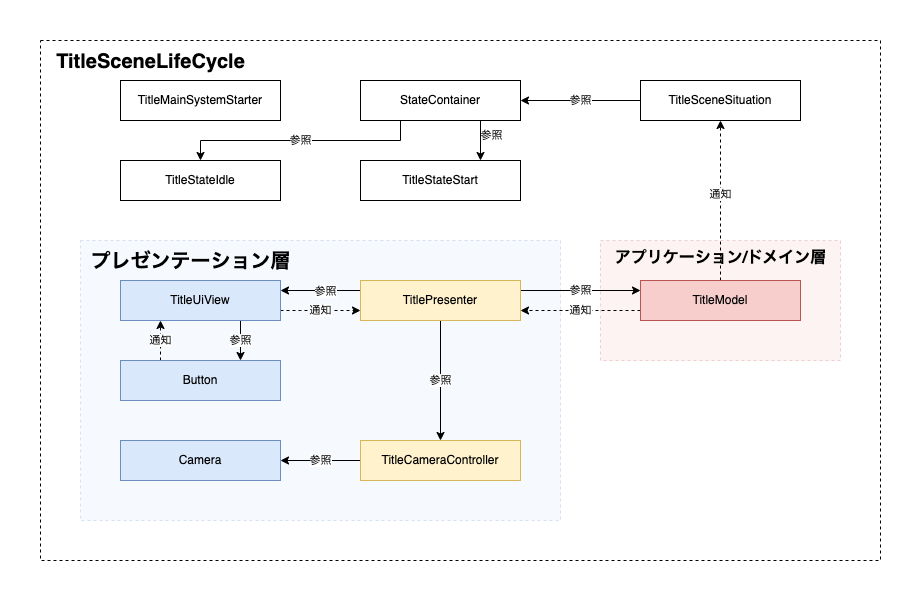
The draw.io diagram Image/dokkan-tank-Title.png in ducchy/dokkan-tank, before a commit. Source tidied: cells renumbered, new cells last; positions are measured from the earlier drawing's top-left corner, leaving out a move shared by most shapes.
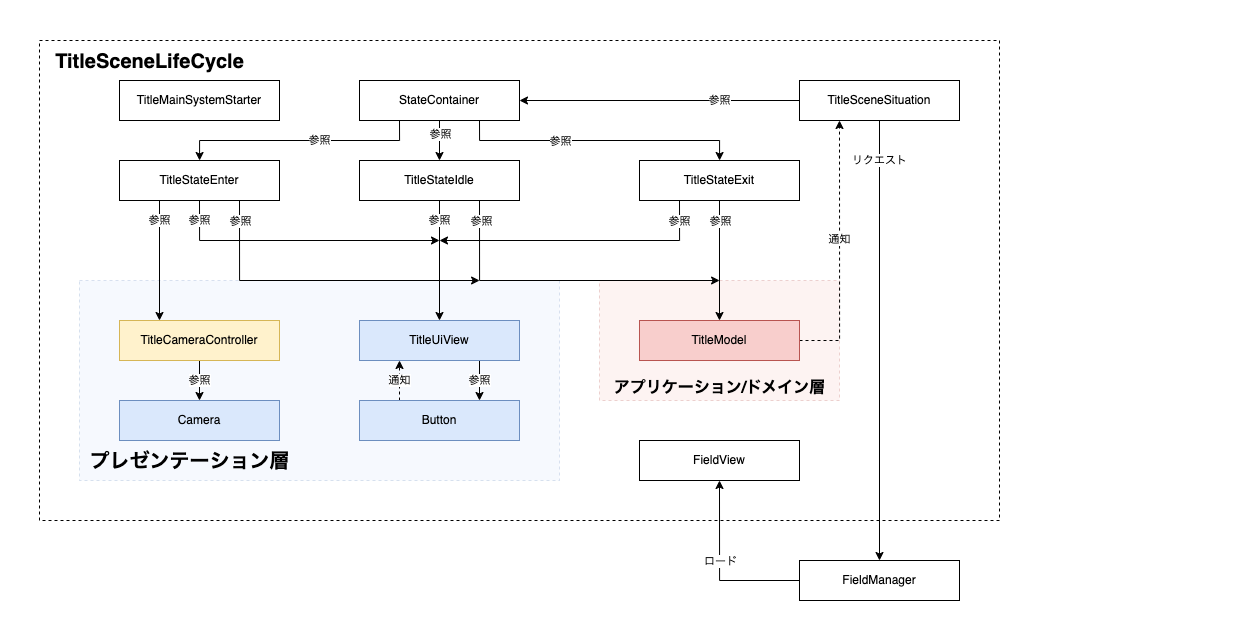
The same diagram one commit later.

Diff of the diagram source:
```diff
@@ -3,107 +3,170 @@
     <mxCell id="0" />
     <mxCell id="1" parent="0" />
     <mxCell id="2" style="rounded=0;whiteSpace=wrap;html=1;fillColor=none;dashed=1;" parent="1" vertex="1">
-      <mxGeometry width="840" height="520" as="geometry" />
+      <mxGeometry width="960" height="480" as="geometry" />
     </mxCell>
     <mxCell id="3" style="rounded=0;whiteSpace=wrap;html=1;dashed=1;strokeColor=#6c8ebf;fillColor=#dae8fc;opacity=25;" parent="1" vertex="1">
-      <mxGeometry x="40" y="200" width="480" height="280" as="geometry" />
+      <mxGeometry x="40" y="240" width="480" height="200" as="geometry" />
     </mxCell>
     <mxCell id="4" style="rounded=0;whiteSpace=wrap;html=1;dashed=1;strokeColor=#b85450;fillColor=#f8cecc;opacity=25;" parent="1" vertex="1">
-      <mxGeometry x="560" y="200" width="240" height="120" as="geometry" />
+      <mxGeometry x="560" y="240" width="240" height="120" as="geometry" />
     </mxCell>
     <mxCell id="5" value="参照" style="edgeStyle=orthogonalEdgeStyle;rounded=0;jettySize=auto;html=1;" parent="1" edge="1" source="6" target="10">
-      <mxGeometry relative="1" as="geometry" />
+      <mxGeometry x="-0.43" relative="1" as="geometry" />
     </mxCell>
+    <mxCell id="34" value="リクエスト" style="edgeStyle=orthogonalEdgeStyle;rounded=0;jettySize=auto;html=1;exitX=0.5;exitY=1;exitDx=0;exitDy=0;entryX=0.5;entryY=0;entryDx=0;entryDy=0;" parent="1" edge="1" source="6" target="51">
+      <mxGeometry x="-0.82" relative="1" as="geometry" />
+    </mxCell>
     <mxCell id="6" value="TitleSceneSituation" style="rounded=0;whiteSpace=wrap;html=1;" parent="1" vertex="1">
-      <mxGeometry x="600" y="40" width="160" height="40" as="geometry" />
+      <mxGeometry x="760" y="40" width="160" height="40" as="geometry" />
     </mxCell>
     <mxCell id="7" value="参照" style="edgeStyle=orthogonalEdgeStyle;rounded=0;jettySize=auto;html=1;exitX=0.25;exitY=1;exitDx=0;exitDy=0;" parent="1" edge="1" source="10" target="28">
-      <mxGeometry relative="1" as="geometry" />
+      <mxGeometry x="-0.17" relative="1" as="geometry" />
     </mxCell>
-    <mxCell id="8" style="edgeStyle=orthogonalEdgeStyle;rounded=0;jettySize=auto;html=1;exitX=0.75;exitY=1;exitDx=0;exitDy=0;entryX=0.75;entryY=0;entryDx=0;entryDy=0;" parent="1" edge="1" source="10" target="29">
+    <mxCell id="8" style="edgeStyle=orthogonalEdgeStyle;rounded=0;jettySize=auto;html=1;exitX=0.5;exitY=1;exitDx=0;exitDy=0;entryX=0.5;entryY=0;entryDx=0;entryDy=0;" parent="1" edge="1" source="10" target="29">
       <mxGeometry relative="1" as="geometry" />
     </mxCell>
     <mxCell id="9" value="参照" style="edgeLabel;html=1;align=center;verticalAlign=middle;" parent="8" vertex="1">
       <mxGeometry x="-0.12" y="-4" relative="1" as="geometry">
-        <mxPoint x="14" y="-4" as="offset" />
+        <mxPoint x="4" y="-4" as="offset" />
       </mxGeometry>
     </mxCell>
+    <mxCell id="35" style="edgeStyle=orthogonalEdgeStyle;rounded=0;jettySize=auto;html=1;exitX=0.75;exitY=1;exitDx=0;exitDy=0;" parent="1" edge="1" source="10" target="48">
+      <mxGeometry relative="1" as="geometry" />
+    </mxCell>
+    <mxCell id="36" value="参照" style="edgeLabel;html=1;align=center;verticalAlign=middle;" parent="35" vertex="1">
+      <mxGeometry x="-0.19" relative="1" as="geometry">
+        <mxPoint x="-14" as="offset" />
+      </mxGeometry>
+    </mxCell>
     <mxCell id="10" value="StateContainer" style="rounded=0;whiteSpace=wrap;html=1;" parent="1" vertex="1">
       <mxGeometry x="320" y="40" width="160" height="40" as="geometry" />
     </mxCell>
-    <mxCell id="11" style="edgeStyle=orthogonalEdgeStyle;rounded=0;jettySize=auto;html=1;entryX=1;entryY=0.25;entryDx=0;entryDy=0;exitX=0;exitY=0.25;exitDx=0;exitDy=0;" parent="1" edge="1" source="15" target="22">
-      <mxGeometry relative="1" as="geometry" />
-    </mxCell>
-    <mxCell id="12" value="参照" style="edgeLabel;html=1;align=center;verticalAlign=middle;" parent="11" vertex="1">
-      <mxGeometry x="-0.1" relative="1" as="geometry" />
-    </mxCell>
-    <mxCell id="13" value="参照" style="edgeStyle=orthogonalEdgeStyle;rounded=0;jettySize=auto;html=1;exitX=1;exitY=0.25;exitDx=0;exitDy=0;entryX=0;entryY=0.25;entryDx=0;entryDy=0;" parent="1" edge="1" source="15" target="19">
-      <mxGeometry relative="1" as="geometry" />
-    </mxCell>
-    <mxCell id="14" value="参照" style="edgeStyle=orthogonalEdgeStyle;rounded=0;jettySize=auto;html=1;exitX=0.5;exitY=1;exitDx=0;exitDy=0;entryX=0.5;entryY=0;entryDx=0;entryDy=0;" parent="1" edge="1" source="15" target="24">
-      <mxGeometry relative="1" as="geometry" />
-    </mxCell>
-    <mxCell id="15" value="TitlePresenter" style="rounded=0;whiteSpace=wrap;html=1;fillColor=#fff2cc;strokeColor=#d6b656;" parent="1" vertex="1">
-      <mxGeometry x="320" y="240" width="160" height="40" as="geometry" />
-    </mxCell>
-    <mxCell id="16" style="edgeStyle=orthogonalEdgeStyle;rounded=0;jettySize=auto;html=1;entryX=0.5;entryY=1;entryDx=0;entryDy=0;exitX=0.5;exitY=0;exitDx=0;exitDy=0;dashed=1;" parent="1" edge="1" source="19" target="6">
+    <mxCell id="16" style="edgeStyle=orthogonalEdgeStyle;rounded=0;jettySize=auto;html=1;entryX=0.25;entryY=1;entryDx=0;entryDy=0;exitX=1;exitY=0.5;exitDx=0;exitDy=0;dashed=1;" parent="1" edge="1" source="19" target="6">
       <mxGeometry relative="1" as="geometry" />
     </mxCell>
     <mxCell id="17" value="通知" style="edgeLabel;html=1;align=center;verticalAlign=middle;" parent="16" vertex="1">
       <mxGeometry x="0.09" y="1" relative="1" as="geometry" />
     </mxCell>
-    <mxCell id="18" value="通知" style="edgeStyle=orthogonalEdgeStyle;rounded=0;jettySize=auto;html=1;exitX=0;exitY=0.75;exitDx=0;exitDy=0;entryX=1;entryY=0.75;entryDx=0;entryDy=0;dashed=1;" parent="1" edge="1" source="19" target="15">
-      <mxGeometry relative="1" as="geometry" />
-    </mxCell>
     <mxCell id="19" value="TitleModel" style="rounded=0;whiteSpace=wrap;html=1;fillColor=#f8cecc;strokeColor=#b85450;" parent="1" vertex="1">
-      <mxGeometry x="600" y="240" width="160" height="40" as="geometry" />
+      <mxGeometry x="600" y="280" width="160" height="40" as="geometry" />
     </mxCell>
-    <mxCell id="20" value="通知" style="edgeStyle=orthogonalEdgeStyle;rounded=0;jettySize=auto;html=1;exitX=1;exitY=0.75;exitDx=0;exitDy=0;entryX=0;entryY=0.75;entryDx=0;entryDy=0;dashed=1;" parent="1" edge="1" source="22" target="15">
-      <mxGeometry relative="1" as="geometry">
-        <Array as="points">
-          <mxPoint x="260" y="270" />
-          <mxPoint x="260" y="270" />
-        </Array>
-      </mxGeometry>
-    </mxCell>
     <mxCell id="21" value="参照" style="edgeStyle=orthogonalEdgeStyle;rounded=0;jettySize=auto;html=1;exitX=0.75;exitY=1;exitDx=0;exitDy=0;entryX=0.75;entryY=0;entryDx=0;entryDy=0;" parent="1" edge="1" source="22" target="27">
       <mxGeometry relative="1" as="geometry" />
     </mxCell>
     <mxCell id="22" value="TitleUiView" style="rounded=0;whiteSpace=wrap;html=1;fillColor=#dae8fc;strokeColor=#6c8ebf;" parent="1" vertex="1">
-      <mxGeometry x="80" y="240" width="160" height="40" as="geometry" />
+      <mxGeometry x="320" y="280" width="160" height="40" as="geometry" />
     </mxCell>
-    <mxCell id="23" value="参照" style="edgeStyle=orthogonalEdgeStyle;rounded=0;jettySize=auto;html=1;exitX=0;exitY=0.5;exitDx=0;exitDy=0;entryX=1;entryY=0.5;entryDx=0;entryDy=0;" parent="1" edge="1" source="24" target="25">
+    <mxCell id="23" value="参照" style="edgeStyle=orthogonalEdgeStyle;rounded=0;jettySize=auto;html=1;exitX=0.5;exitY=1;exitDx=0;exitDy=0;entryX=0.5;entryY=0;entryDx=0;entryDy=0;" parent="1" edge="1" source="24" target="25">
       <mxGeometry relative="1" as="geometry" />
     </mxCell>
     <mxCell id="24" value="TitleCameraController" style="rounded=0;whiteSpace=wrap;html=1;fillColor=#fff2cc;strokeColor=#d6b656;" parent="1" vertex="1">
-      <mxGeometry x="320" y="400" width="160" height="40" as="geometry" />
+      <mxGeometry x="80" y="280" width="160" height="40" as="geometry" />
     </mxCell>
     <mxCell id="25" value="Camera" style="rounded=0;whiteSpace=wrap;html=1;fillColor=#dae8fc;strokeColor=#6c8ebf;" parent="1" vertex="1">
-      <mxGeometry x="80" y="400" width="160" height="40" as="geometry" />
+      <mxGeometry x="80" y="360" width="160" height="40" as="geometry" />
     </mxCell>
     <mxCell id="26" value="通知" style="edgeStyle=orthogonalEdgeStyle;rounded=0;jettySize=auto;html=1;exitX=0.25;exitY=0;exitDx=0;exitDy=0;entryX=0.25;entryY=1;entryDx=0;entryDy=0;dashed=1;" parent="1" edge="1" source="27" target="22">
       <mxGeometry relative="1" as="geometry" />
     </mxCell>
     <mxCell id="27" value="Button" style="rounded=0;whiteSpace=wrap;html=1;fillColor=#dae8fc;strokeColor=#6c8ebf;" parent="1" vertex="1">
-      <mxGeometry x="80" y="320" width="160" height="40" as="geometry" />
+      <mxGeometry x="320" y="360" width="160" height="40" as="geometry" />
     </mxCell>
+    <mxCell id="37" style="edgeStyle=orthogonalEdgeStyle;rounded=0;jettySize=auto;html=1;exitX=0.75;exitY=1;exitDx=0;exitDy=0;" parent="1" edge="1" source="28">
+      <mxGeometry relative="1" as="geometry">
+        <mxPoint x="440" y="240" as="targetPoint" />
+        <Array as="points">
+          <mxPoint x="200" y="240" />
+          <mxPoint x="440" y="240" />
+        </Array>
+      </mxGeometry>
+    </mxCell>
+    <mxCell id="38" value="参照" style="edgeLabel;html=1;align=center;verticalAlign=middle;" parent="37" vertex="1">
+      <mxGeometry x="-0.07" y="2" relative="1" as="geometry">
+        <mxPoint x="-68" y="-58" as="offset" />
+      </mxGeometry>
+    </mxCell>
+    <mxCell id="39" value="参照" style="edgeStyle=orthogonalEdgeStyle;rounded=0;jettySize=auto;html=1;exitX=0.25;exitY=1;exitDx=0;exitDy=0;entryX=0.25;entryY=0;entryDx=0;entryDy=0;" parent="1" edge="1" source="28" target="24">
+      <mxGeometry x="-0.67" relative="1" as="geometry" />
+    </mxCell>
+    <mxCell id="40" value="参照" style="edgeStyle=orthogonalEdgeStyle;rounded=0;jettySize=auto;html=1;exitX=0.5;exitY=1;exitDx=0;exitDy=0;" parent="1" edge="1" source="28">
+      <mxGeometry x="-0.86" relative="1" as="geometry">
+        <mxPoint x="400" y="200" as="targetPoint" />
+        <Array as="points">
+          <mxPoint x="160" y="200" />
+        </Array>
+      </mxGeometry>
+    </mxCell>
-    <mxCell id="28" value="TitleStateIdle" style="rounded=0;whiteSpace=wrap;html=1;" parent="1" vertex="1">
+    <mxCell id="28" value="TitleStateEnter" style="rounded=0;whiteSpace=wrap;html=1;" parent="1" vertex="1">
       <mxGeometry x="80" y="120" width="160" height="40" as="geometry" />
     </mxCell>
+    <mxCell id="41" style="edgeStyle=orthogonalEdgeStyle;rounded=0;jettySize=auto;html=1;exitX=0.75;exitY=1;exitDx=0;exitDy=0;" parent="1" edge="1" source="29">
+      <mxGeometry relative="1" as="geometry">
+        <mxPoint x="680" y="240" as="targetPoint" />
+        <Array as="points">
+          <mxPoint x="440" y="240" />
+          <mxPoint x="680" y="240" />
+        </Array>
+      </mxGeometry>
+    </mxCell>
+    <mxCell id="42" value="参照" style="edgeLabel;html=1;align=center;verticalAlign=middle;" parent="41" vertex="1">
+      <mxGeometry x="-0.33" y="-1" relative="1" as="geometry">
+        <mxPoint x="-27" y="-61" as="offset" />
+      </mxGeometry>
+    </mxCell>
+    <mxCell id="43" value="参照" style="edgeStyle=orthogonalEdgeStyle;rounded=0;jettySize=auto;html=1;exitX=0.5;exitY=1;exitDx=0;exitDy=0;" parent="1" edge="1" source="29" target="22">
+      <mxGeometry x="-0.67" relative="1" as="geometry" />
+    </mxCell>
-    <mxCell id="29" value="TitleStateStart" style="rounded=0;whiteSpace=wrap;html=1;" parent="1" vertex="1">
+    <mxCell id="29" value="TitleStateIdle" style="rounded=0;whiteSpace=wrap;html=1;" parent="1" vertex="1">
       <mxGeometry x="320" y="120" width="160" height="40" as="geometry" />
     </mxCell>
     <mxCell id="30" value="TitleMainSystemStarter" style="rounded=0;whiteSpace=wrap;html=1;" parent="1" vertex="1">
       <mxGeometry x="80" y="40" width="160" height="40" as="geometry" />
     </mxCell>
     <mxCell id="31" value="&lt;font style=&quot;font-size: 20px&quot;&gt;プレゼンテーション層&lt;/font&gt;" style="text;strokeColor=none;fillColor=none;html=1;fontSize=24;fontStyle=1;verticalAlign=middle;align=center;rounded=1;opacity=25;" parent="1" vertex="1">
-      <mxGeometry x="40" y="200" width="220" height="40" as="geometry" />
+      <mxGeometry x="40" y="400" width="220" height="40" as="geometry" />
     </mxCell>
     <mxCell id="32" value="&lt;font style=&quot;font-size: 16px&quot;&gt;アプリケーション/ドメイン層&lt;/font&gt;" style="text;strokeColor=none;fillColor=none;html=1;fontSize=24;fontStyle=1;verticalAlign=middle;align=center;rounded=1;opacity=25;" parent="1" vertex="1">
-      <mxGeometry x="560" y="200" width="240" height="30" as="geometry" />
+      <mxGeometry x="560" y="330" width="240" height="30" as="geometry" />
     </mxCell>
     <mxCell id="33" value="&lt;font style=&quot;font-size: 20px&quot;&gt;TitleSceneLifeCycle&lt;br&gt;&lt;/font&gt;" style="text;strokeColor=none;fillColor=none;html=1;fontSize=24;fontStyle=1;verticalAlign=middle;align=center;rounded=1;opacity=25;" parent="1" vertex="1">
       <mxGeometry width="220" height="40" as="geometry" />
     </mxCell>
+    <mxCell id="44" style="edgeStyle=orthogonalEdgeStyle;rounded=0;jettySize=auto;html=1;exitX=0.5;exitY=1;exitDx=0;exitDy=0;entryX=0.5;entryY=0;entryDx=0;entryDy=0;" parent="1" edge="1" source="48" target="19">
+      <mxGeometry relative="1" as="geometry" />
+    </mxCell>
+    <mxCell id="45" value="参照" style="edgeLabel;html=1;align=center;verticalAlign=middle;" parent="44" vertex="1">
+      <mxGeometry x="-0.68" relative="1" as="geometry" />
+    </mxCell>
+    <mxCell id="46" style="edgeStyle=orthogonalEdgeStyle;rounded=0;jettySize=auto;html=1;exitX=0.25;exitY=1;exitDx=0;exitDy=0;" parent="1" edge="1" source="48">
+      <mxGeometry relative="1" as="geometry">
+        <mxPoint x="400" y="200" as="targetPoint" />
+        <Array as="points">
+          <mxPoint x="640" y="200" />
+        </Array>
+      </mxGeometry>
+    </mxCell>
+    <mxCell id="47" value="参照" style="edgeLabel;html=1;align=center;verticalAlign=middle;" parent="46" vertex="1">
+      <mxGeometry x="-0.05" y="-1" relative="1" as="geometry">
+        <mxPoint x="93" y="-19" as="offset" />
+      </mxGeometry>
+    </mxCell>
+    <mxCell id="48" value="TitleStateExit" style="rounded=0;whiteSpace=wrap;html=1;" parent="1" vertex="1">
+      <mxGeometry x="600" y="120" width="160" height="40" as="geometry" />
+    </mxCell>
+    <mxCell id="49" style="edgeStyle=orthogonalEdgeStyle;rounded=0;jettySize=auto;html=1;exitX=0;exitY=0.5;exitDx=0;exitDy=0;entryX=0.5;entryY=1;entryDx=0;entryDy=0;" parent="1" edge="1" source="51" target="52">
+      <mxGeometry relative="1" as="geometry" />
+    </mxCell>
+    <mxCell id="50" value="ロード" style="edgeLabel;html=1;align=center;verticalAlign=middle;" parent="49" vertex="1">
+      <mxGeometry x="-0.55" y="-1" relative="1" as="geometry">
+        <mxPoint x="-40" y="-19" as="offset" />
+      </mxGeometry>
+    </mxCell>
+    <mxCell id="51" value="FieldManager" style="rounded=0;whiteSpace=wrap;html=1;" parent="1" vertex="1">
+      <mxGeometry x="760" y="520" width="160" height="40" as="geometry" />
+    </mxCell>
+    <mxCell id="52" value="FieldView" style="rounded=0;whiteSpace=wrap;html=1;" parent="1" vertex="1">
+      <mxGeometry x="600" y="400" width="160" height="40" as="geometry" />
+    </mxCell>
   </root>
 </mxGraphModel>
```
